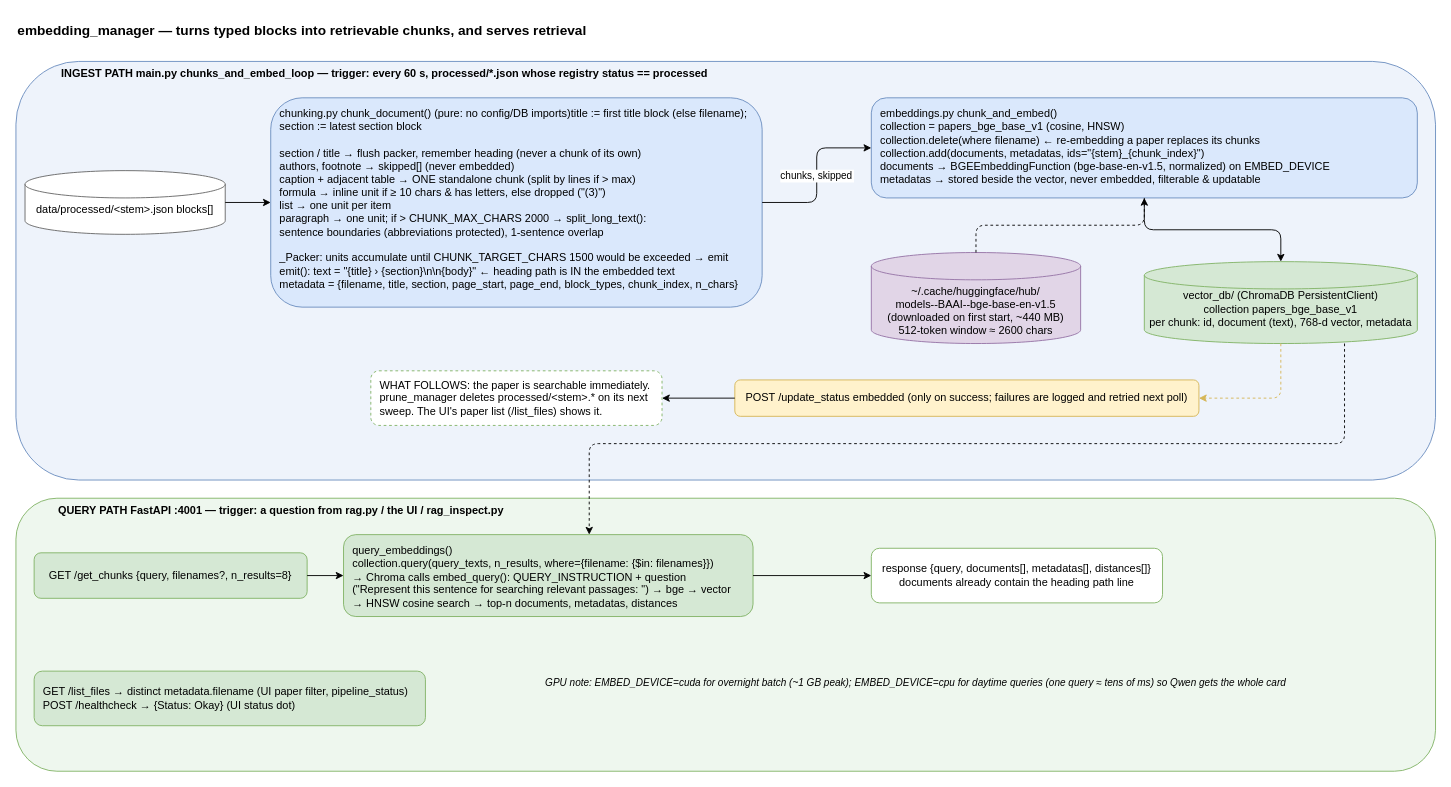
mudit-choudhary/Anneal keeps this draw.io diagram as page "5 Embedding" (5 of 8) of app/diagrams/system_architecture_detailed.drawio. Above is the earlier version. Source tidied: cells renumbered, new cells numbered last; positions are measured from the earlier drawing's top-left corner, leaving out a move shared by most shapes. Both pictures are drawn from the tidied source at 91%, with x=0, y=0 at pixel (15, 15).
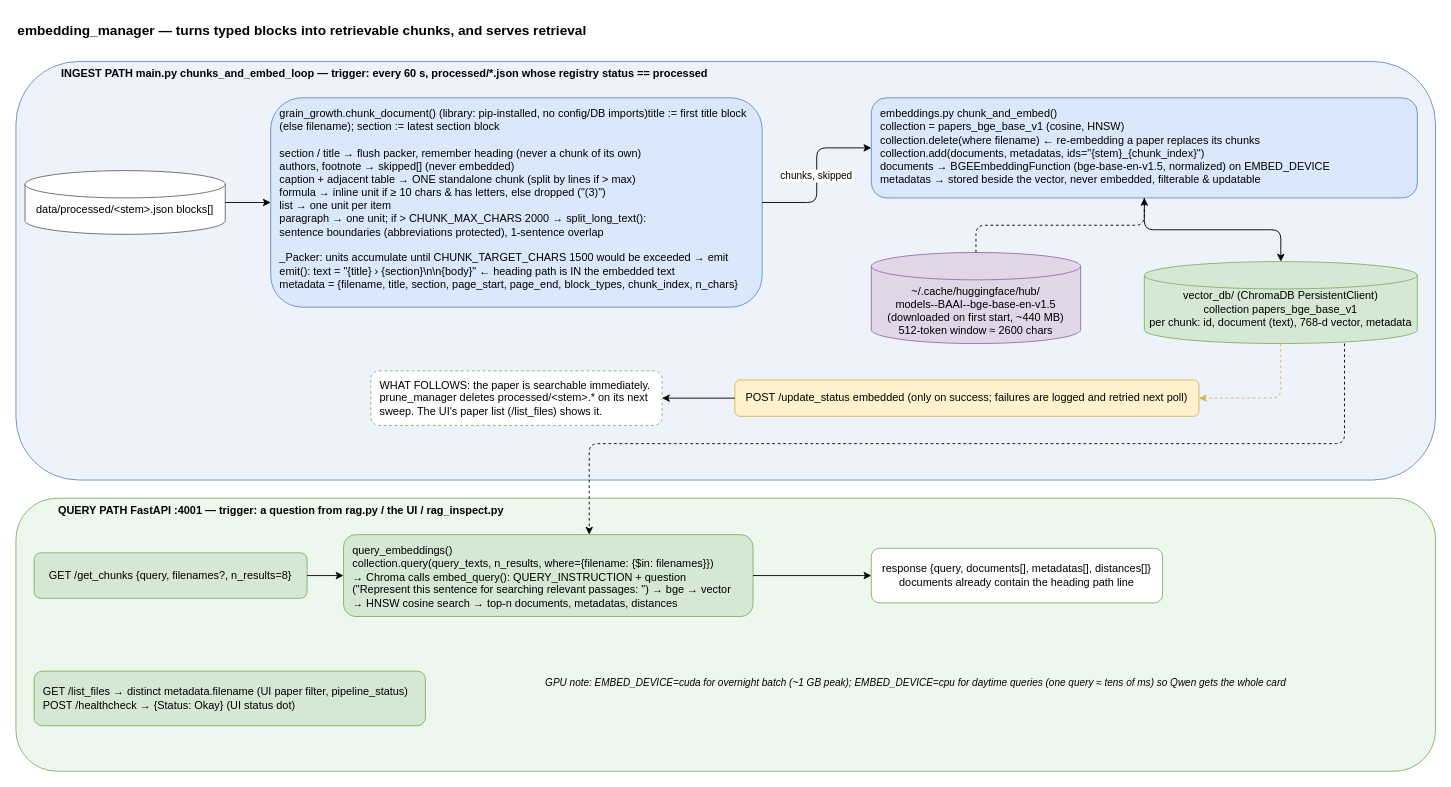
Above is the later version.

The edit, as a diff of the source:
```diff
@@
-    <mxCell id="5" value="chunking.py  chunk_document()   (pure: no config/DB imports)title := first title block (else filename); section := latest section block&#10;&#10;section / title  → flush packer, remember heading (never a chunk of its own)&#10;authors, footnote → skipped[] (never embedded)&#10;caption + adjacent table → ONE standalone chunk (split by lines if &gt; max)&#10;formula → inline unit if ≥ 10 chars &amp; has letters, else dropped (&quot;(3)&quot;)&#10;list → one unit per item&#10;paragraph → one unit; if &gt; CHUNK_MAX_CHARS 2000 → split_long_text():&#10;   sentence boundaries (abbreviations protected), 1-sentence overlap&#10;&#10;_Packer: units accumulate until CHUNK_TARGET_CHARS 1500 would be exceeded → emit&#10;emit(): text = &quot;{title} › {section}\n\n{body}&quot;   ← heading path is IN the embedded text&#10;        metadata = {filename, title, section, page_start, page_end, block_types, chunk_index, n_chars}" style="rounded=1;whiteSpace=wrap;fillColor=#dae8fc;strokeColor=#6c8ebf;align=left;spacingLeft=8;verticalAlign=top;spacingTop=4;" parent="1" vertex="1">
+    <mxCell id="5" value="grain_growth.chunk_document()   (library: pip-installed, no config/DB imports)title := first title block (else filename); section := latest section block&#10;&#10;section / title  → flush packer, remember heading (never a chunk of its own)&#10;authors, footnote → skipped[] (never embedded)&#10;caption + adjacent table → ONE standalone chunk (split by lines if &gt; max)&#10;formula → inline unit if ≥ 10 chars &amp; has letters, else dropped (&quot;(3)&quot;)&#10;list → one unit per item&#10;paragraph → one unit; if &gt; CHUNK_MAX_CHARS 2000 → split_long_text():&#10;   sentence boundaries (abbreviations protected), 1-sentence overlap&#10;&#10;_Packer: units accumulate until CHUNK_TARGET_CHARS 1500 would be exceeded → emit&#10;emit(): text = &quot;{title} › {section}\n\n{body}&quot;   ← heading path is IN the embedded text&#10;        metadata = {filename, title, section, page_start, page_end, block_types, chunk_index, n_chars}" style="rounded=1;whiteSpace=wrap;fillColor=#dae8fc;strokeColor=#6c8ebf;align=left;spacingLeft=8;verticalAlign=top;spacingTop=4;" parent="1" vertex="1">
       <mxGeometry x="280" y="90" width="540" height="230" as="geometry" />
     </mxCell>
```
